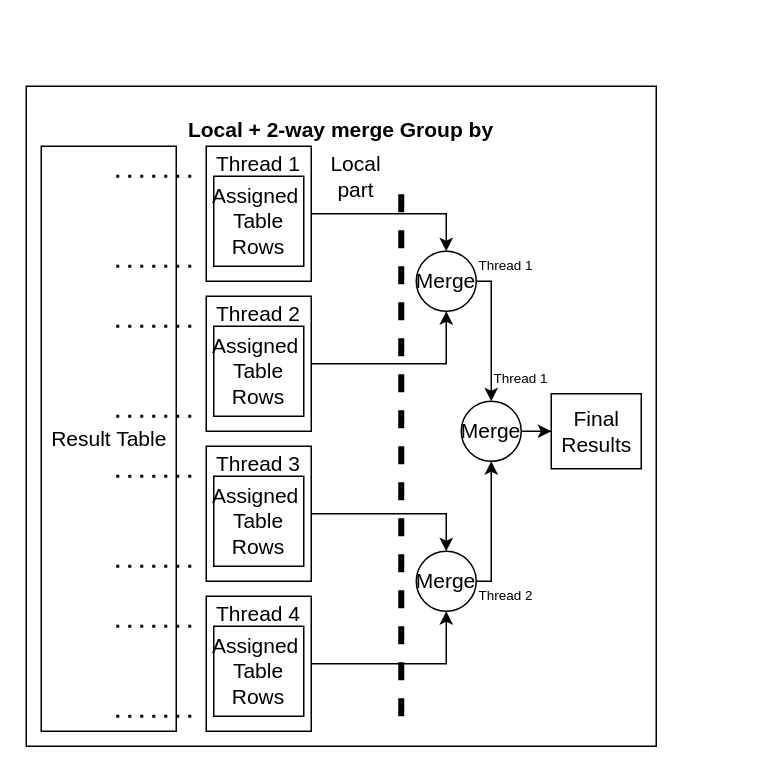
This is page "LocalGr" (7 of 7) of diagrams/QueryObjects.drawio from goramartin/BcThesisText, a draw.io file, before an edit. Source tidied: cells renumbered, new cells numbered last; positions are measured from the earlier drawing's top-left corner, leaving out a move shared by most shapes. Both pictures are drawn from the tidied source at 150%, with x=0, y=0 at pixel (26, 86).
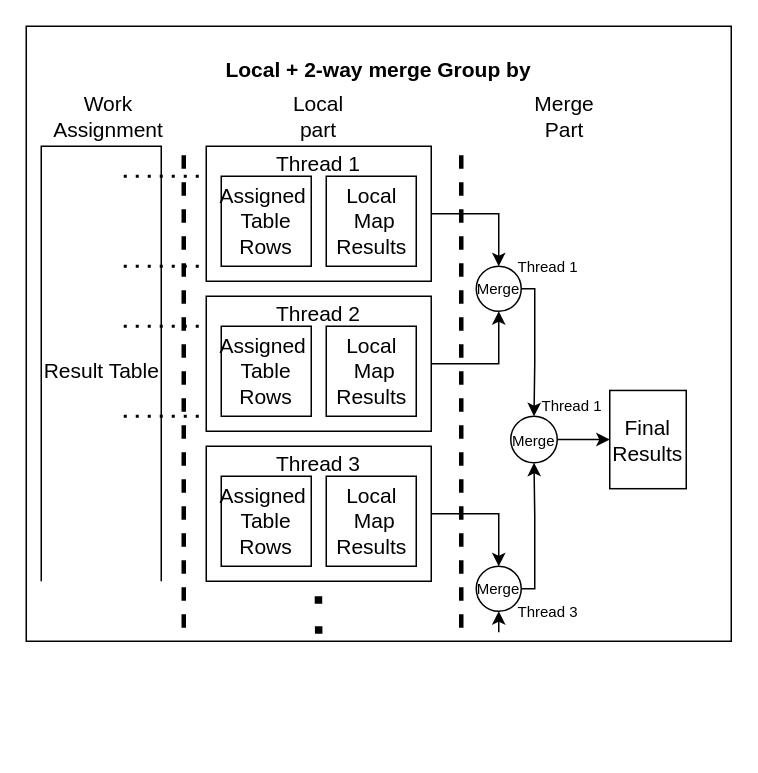
The same diagram, later.

Diff of the diagram source:
```diff
@@
-    <mxCell id="2" value="&lt;p style=&quot;margin: 4px 0px 0px; text-align: center; font-size: 14px;&quot;&gt;&lt;br style=&quot;font-size: 14px;&quot;&gt;&lt;b style=&quot;font-size: 14px;&quot;&gt;Local + 2-way merge&lt;/b&gt;&lt;b style=&quot;font-size: 14px;&quot;&gt;&amp;nbsp;Group by&lt;/b&gt;&lt;/p&gt;" style="verticalAlign=top;align=left;overflow=fill;fontSize=14;fontFamily=CMU Serif;html=1;" parent="1" vertex="1">
-      <mxGeometry width="420" height="440" as="geometry" />
+    <mxCell id="2" value="&lt;p style=&quot;margin: 4px 0px 0px ; text-align: center&quot;&gt;&lt;br style=&quot;font-size: 14px&quot;&gt;&lt;b&gt;Local + 2-way merge&amp;nbsp;&lt;/b&gt;&lt;b style=&quot;font-size: 14px&quot;&gt;Group by&lt;/b&gt;&lt;/p&gt;" style="verticalAlign=top;align=left;overflow=fill;fontSize=14;fontFamily=CMU Serif;html=1;" parent="1" vertex="1">
+      <mxGeometry y="-40" width="470" height="410" as="geometry" />
     </mxCell>
-    <mxCell id="3" style="edgeStyle=orthogonalEdgeStyle;rounded=0;jettySize=auto;html=1;entryX=0.5;entryY=0;entryDx=0;entryDy=0;fontFamily=CMU Serif;fontSize=14;strokeWidth=1;" parent="1" edge="1" source="4" target="17">
-      <mxGeometry relative="1" as="geometry">
-        <Array as="points">
-          <mxPoint x="280" y="85" />
-        </Array>
-      </mxGeometry>
-    </mxCell>
+    <mxCell id="36" style="edgeStyle=orthogonalEdgeStyle;rounded=0;jettySize=auto;html=1;entryX=0.5;entryY=0;entryDx=0;entryDy=0;strokeWidth=1;" parent="1" edge="1" source="4" target="57">
+      <mxGeometry relative="1" as="geometry" />
+    </mxCell>
     <mxCell id="4" value="&lt;p style=&quot;margin: 4px 0px 0px; text-align: center; font-size: 14px;&quot;&gt;Thread 1&lt;/p&gt;" style="verticalAlign=top;align=left;overflow=fill;fontSize=14;fontFamily=CMU Serif;html=1;" parent="1" vertex="1">
-      <mxGeometry x="120" y="40" width="70" height="90" as="geometry" />
+      <mxGeometry x="120" y="40" width="150" height="90" as="geometry" />
     </mxCell>
+    <mxCell id="37" style="endArrow=none;dashed=1;html=1;dashPattern=1 3;strokeWidth=5;fontFamily=CMU Serif;fontSize=14;fontStyle=1;" parent="1" edge="1">
+      <mxGeometry relative="1" as="geometry">
+        <mxPoint x="194.8" y="340" as="sourcePoint" />
+        <mxPoint x="195" y="370" as="targetPoint" />
+      </mxGeometry>
+    </mxCell>
+    <mxCell id="38" value="Assigned&amp;nbsp;&lt;br style=&quot;font-size: 14px;&quot;&gt;Table Rows" style="rounded=0;whiteSpace=wrap;html=1;strokeColor=#000000;fontSize=14;fontFamily=CMU Serif;" parent="1" vertex="1">
+      <mxGeometry x="130" y="60" width="60" height="60" as="geometry" />
+    </mxCell>
+    <mxCell id="39" style="edgeStyle=orthogonalEdgeStyle;rounded=0;jettySize=auto;html=1;entryX=0.5;entryY=1;entryDx=0;entryDy=0;strokeWidth=1;" parent="1" edge="1" source="9" target="57">
+      <mxGeometry relative="1" as="geometry" />
+    </mxCell>
+    <mxCell id="9" value="&lt;p style=&quot;margin: 4px 0px 0px; text-align: center; font-size: 14px;&quot;&gt;Thread 2&lt;/p&gt;" style="verticalAlign=top;align=left;overflow=fill;fontSize=14;fontFamily=CMU Serif;html=1;" parent="1" vertex="1">
+      <mxGeometry x="120" y="140" width="150" height="90" as="geometry" />
+    </mxCell>
+    <mxCell id="40" value="Assigned&amp;nbsp;&lt;br style=&quot;font-size: 14px;&quot;&gt;Table Rows" style="rounded=0;whiteSpace=wrap;html=1;strokeColor=#000000;fontSize=14;fontFamily=CMU Serif;" parent="1" vertex="1">
+      <mxGeometry x="130" y="160" width="60" height="60" as="geometry" />
+    </mxCell>
+    <mxCell id="15" value="Local part" style="text;html=1;strokeColor=none;fillColor=none;align=center;verticalAlign=middle;whiteSpace=wrap;rounded=0;fontSize=14;fontFamily=CMU Serif;" parent="1" vertex="1">
+      <mxGeometry x="175" y="10" width="40" height="20" as="geometry" />
+    </mxCell>
+    <mxCell id="41" value="Merge&lt;br&gt;Part" style="text;html=1;strokeColor=none;fillColor=none;align=center;verticalAlign=middle;whiteSpace=wrap;rounded=0;fontSize=14;fontFamily=CMU Serif;" parent="1" vertex="1">
+      <mxGeometry x="339" y="10" width="40" height="20" as="geometry" />
+    </mxCell>
+    <mxCell id="42" value="Local&lt;br style=&quot;font-size: 14px&quot;&gt;&amp;nbsp;Map&lt;br&gt;Results" style="html=1;fontFamily=CMU Serif;fontSize=14;rotation=0;" parent="1" vertex="1">
+      <mxGeometry x="200" y="60" width="60" height="60" as="geometry" />
+    </mxCell>
+    <mxCell id="43" value="Local&lt;br style=&quot;font-size: 14px&quot;&gt;&amp;nbsp;Map&lt;br&gt;Results" style="html=1;fontFamily=CMU Serif;fontSize=14;rotation=0;" parent="1" vertex="1">
+      <mxGeometry x="200" y="160" width="60" height="60" as="geometry" />
+    </mxCell>
+    <mxCell id="44" value="Work&lt;br&gt;Assignment" style="text;html=1;strokeColor=none;fillColor=none;align=center;verticalAlign=middle;whiteSpace=wrap;rounded=0;fontSize=14;fontFamily=CMU Serif;" parent="1" vertex="1">
+      <mxGeometry x="30" y="10" width="50" height="20" as="geometry" />
+    </mxCell>
+    <mxCell id="45" style="endArrow=none;dashed=1;html=1;strokeWidth=3;fontSize=14;fontFamily=CMU Serif;" parent="1" edge="1">
+      <mxGeometry relative="1" as="geometry">
+        <mxPoint x="105" y="361" as="sourcePoint" />
+        <mxPoint x="105" y="40" as="targetPoint" />
+      </mxGeometry>
+    </mxCell>
+    <mxCell id="46" style="endArrow=none;dashed=1;html=1;strokeWidth=3;fontSize=14;fontFamily=CMU Serif;" parent="1" edge="1">
+      <mxGeometry relative="1" as="geometry">
+        <mxPoint x="290" y="361" as="sourcePoint" />
+        <mxPoint x="290" y="40" as="targetPoint" />
+      </mxGeometry>
+    </mxCell>
     <mxCell id="5" value="Result Table" style="html=1;fontSize=14;fontFamily=CMU Serif;" parent="1" vertex="1">
-      <mxGeometry x="10" y="40" width="90" height="390" as="geometry" />
+      <mxGeometry x="10" y="40" width="80" height="300" as="geometry" />
     </mxCell>
+    <mxCell id="47" style="endArrow=none;dashed=1;html=1;dashPattern=1 3;strokeWidth=2;fontSize=14;fontFamily=CMU Serif;" parent="1" edge="1">
+      <mxGeometry relative="1" as="geometry">
+        <mxPoint x="65" y="60" as="sourcePoint" />
+        <mxPoint x="115" y="60" as="targetPoint" />
+      </mxGeometry>
+    </mxCell>
+    <mxCell id="48" style="endArrow=none;dashed=1;html=1;dashPattern=1 3;strokeWidth=2;fontSize=14;fontFamily=CMU Serif;" parent="1" edge="1">
+      <mxGeometry relative="1" as="geometry">
+        <mxPoint x="65" y="120" as="sourcePoint" />
+        <mxPoint x="115" y="120" as="targetPoint" />
+      </mxGeometry>
+    </mxCell>
+    <mxCell id="49" style="endArrow=none;dashed=1;html=1;dashPattern=1 3;strokeWidth=2;fontSize=14;fontFamily=CMU Serif;" parent="1" edge="1">
+      <mxGeometry relative="1" as="geometry">
+        <mxPoint x="65" y="160" as="sourcePoint" />
+        <mxPoint x="115" y="160" as="targetPoint" />
+      </mxGeometry>
+    </mxCell>
+    <mxCell id="50" style="endArrow=none;dashed=1;html=1;dashPattern=1 3;strokeWidth=2;fontSize=14;fontFamily=CMU Serif;" parent="1" edge="1">
+      <mxGeometry relative="1" as="geometry">
+        <mxPoint x="65" y="220" as="sourcePoint" />
+        <mxPoint x="115" y="220" as="targetPoint" />
+      </mxGeometry>
+    </mxCell>
+    <mxCell id="51" style="rounded=0;whiteSpace=wrap;html=1;strokeColor=none;fontSize=14;fontFamily=CMU Serif;" parent="1" vertex="1">
+      <mxGeometry x="7.5" y="330" width="85" height="20" as="geometry" />
+    </mxCell>
+    <mxCell id="52" style="edgeStyle=orthogonalEdgeStyle;rounded=0;jettySize=auto;html=1;entryX=0.5;entryY=0;entryDx=0;entryDy=0;strokeWidth=1;" parent="1" edge="1" source="53" target="59">
+      <mxGeometry relative="1" as="geometry" />
+    </mxCell>
+    <mxCell id="53" value="&lt;p style=&quot;margin: 4px 0px 0px ; text-align: center ; font-size: 14px&quot;&gt;Thread 3&lt;/p&gt;" style="verticalAlign=top;align=left;overflow=fill;fontSize=14;fontFamily=CMU Serif;html=1;" parent="1" vertex="1">
+      <mxGeometry x="120" y="240" width="150" height="90" as="geometry" />
+    </mxCell>
+    <mxCell id="54" value="Assigned&amp;nbsp;&lt;br style=&quot;font-size: 14px;&quot;&gt;Table Rows" style="rounded=0;whiteSpace=wrap;html=1;strokeColor=#000000;fontSize=14;fontFamily=CMU Serif;" parent="1" vertex="1">
+      <mxGeometry x="130" y="260" width="60" height="60" as="geometry" />
+    </mxCell>
+    <mxCell id="55" value="Local&lt;br style=&quot;font-size: 14px&quot;&gt;&amp;nbsp;Map&lt;br&gt;Results" style="html=1;fontFamily=CMU Serif;fontSize=14;rotation=0;" parent="1" vertex="1">
+      <mxGeometry x="200" y="260" width="60" height="60" as="geometry" />
+    </mxCell>
+    <mxCell id="56" style="edgeStyle=orthogonalEdgeStyle;rounded=0;jettySize=auto;html=1;entryX=0.5;entryY=0;entryDx=0;entryDy=0;fontFamily=CMU Serif;fontSize=14;strokeWidth=1;" parent="1" edge="1" source="57" target="61">
+      <mxGeometry relative="1" as="geometry">
+        <Array as="points">
+          <mxPoint x="339" y="135" />
+          <mxPoint x="339" y="185" />
+          <mxPoint x="339" y="185" />
+        </Array>
+      </mxGeometry>
+    </mxCell>
+    <mxCell id="57" value="Merge" style="ellipse;whiteSpace=wrap;html=1;fontSize=10;fontFamily=CMU Serif;" parent="1" vertex="1">
+      <mxGeometry x="300" y="120" width="30" height="30" as="geometry" />
+    </mxCell>
+    <mxCell id="58" style="edgeStyle=orthogonalEdgeStyle;rounded=0;jettySize=auto;html=1;entryX=0.5;entryY=1;entryDx=0;entryDy=0;fontFamily=CMU Serif;fontSize=14;strokeWidth=1;" parent="1" edge="1" source="59" target="61">
+      <mxGeometry relative="1" as="geometry">
+        <Array as="points">
+          <mxPoint x="339" y="335" />
+          <mxPoint x="339" y="286" />
+          <mxPoint x="339" y="286" />
+        </Array>
+      </mxGeometry>
+    </mxCell>
+    <mxCell id="59" value="Merge" style="ellipse;whiteSpace=wrap;html=1;fontFamily=CMU Serif;fontSize=10;" parent="1" vertex="1">
+      <mxGeometry x="300" y="320" width="30" height="30" as="geometry" />
+    </mxCell>
+    <mxCell id="60" style="edgeStyle=orthogonalEdgeStyle;rounded=0;jettySize=auto;html=1;entryX=0;entryY=0.5;entryDx=0;entryDy=0;fontFamily=CMU Serif;fontSize=14;strokeWidth=1;" parent="1" edge="1" source="61" target="6">
+      <mxGeometry relative="1" as="geometry" />
+    </mxCell>
+    <mxCell id="61" value="Merge" style="ellipse;whiteSpace=wrap;html=1;fontFamily=CMU Serif;fontSize=10;" parent="1" vertex="1">
+      <mxGeometry x="323" y="220" width="31" height="31" as="geometry" />
+    </mxCell>
+    <mxCell id="62" style="edgeStyle=orthogonalEdgeStyle;rounded=0;jettySize=auto;html=1;entryX=0.5;entryY=1;entryDx=0;entryDy=0;strokeWidth=1;" parent="1" edge="1" target="59">
+      <mxGeometry relative="1" as="geometry">
+        <mxPoint x="315" y="364" as="sourcePoint" />
+        <Array as="points">
+          <mxPoint x="315" y="360" />
+          <mxPoint x="315" y="360" />
+        </Array>
+      </mxGeometry>
+    </mxCell>
-    <mxCell id="6" value="Final&lt;br style=&quot;font-size: 14px;&quot;&gt;Results" style="html=1;fontFamily=CMU Serif;fontSize=14;rotation=0;" parent="1" vertex="1">
-      <mxGeometry x="350" y="205" width="60" height="50" as="geometry" />
+    <mxCell id="6" value="Final&lt;br style=&quot;font-size: 14px;&quot;&gt;Results" style="rounded=0;whiteSpace=wrap;html=1;fontFamily=CMU Serif;fontSize=14;" parent="1" vertex="1">
+      <mxGeometry x="389" y="202.8" width="51" height="65.5" as="geometry" />
     </mxCell>
-    <mxCell id="7" value="Assigned&amp;nbsp;&lt;br style=&quot;font-size: 14px;&quot;&gt;Table Rows" style="rounded=0;whiteSpace=wrap;html=1;strokeColor=#000000;fontSize=14;fontFamily=CMU Serif;" parent="1" vertex="1">
-      <mxGeometry x="125" y="60" width="60" height="60" as="geometry" />
-    </mxCell>
-    <mxCell id="8" style="edgeStyle=orthogonalEdgeStyle;rounded=0;jettySize=auto;html=1;entryX=0.5;entryY=1;entryDx=0;entryDy=0;fontFamily=CMU Serif;fontSize=14;strokeWidth=1;" parent="1" edge="1" source="9" target="17">
-      <mxGeometry relative="1" as="geometry" />
-    </mxCell>
-    <mxCell id="9" value="&lt;p style=&quot;margin: 4px 0px 0px; text-align: center; font-size: 14px;&quot;&gt;Thread 2&lt;/p&gt;" style="verticalAlign=top;align=left;overflow=fill;fontSize=14;fontFamily=CMU Serif;html=1;" parent="1" vertex="1">
-      <mxGeometry x="120" y="140" width="70" height="90" as="geometry" />
-    </mxCell>
-    <mxCell id="10" value="Assigned&amp;nbsp;&lt;br style=&quot;font-size: 14px;&quot;&gt;Table Rows" style="rounded=0;whiteSpace=wrap;html=1;strokeColor=#000000;fontSize=14;fontFamily=CMU Serif;" parent="1" vertex="1">
-      <mxGeometry x="125" y="160" width="60" height="60" as="geometry" />
-    </mxCell>
-    <mxCell id="11" style="edgeStyle=orthogonalEdgeStyle;rounded=0;jettySize=auto;html=1;entryX=0.5;entryY=0;entryDx=0;entryDy=0;fontFamily=CMU Serif;fontSize=14;strokeWidth=1;" parent="1" edge="1" source="12" target="19">
-      <mxGeometry relative="1" as="geometry" />
-    </mxCell>
-    <mxCell id="12" value="&lt;p style=&quot;margin: 4px 0px 0px; text-align: center; font-size: 14px;&quot;&gt;Thread 3&lt;/p&gt;" style="verticalAlign=top;align=left;overflow=fill;fontSize=14;fontFamily=CMU Serif;html=1;" parent="1" vertex="1">
-      <mxGeometry x="120" y="240" width="70" height="90" as="geometry" />
-    </mxCell>
-    <mxCell id="13" value="Assigned&amp;nbsp;&lt;br style=&quot;font-size: 14px;&quot;&gt;Table Rows" style="rounded=0;whiteSpace=wrap;html=1;strokeColor=#000000;fontSize=14;fontFamily=CMU Serif;" parent="1" vertex="1">
-      <mxGeometry x="125" y="260" width="60" height="60" as="geometry" />
-    </mxCell>
-    <mxCell id="14" style="endArrow=none;dashed=1;html=1;strokeWidth=4;fontSize=14;fontFamily=CMU Serif;" parent="1" edge="1">
-      <mxGeometry relative="1" as="geometry">
-        <mxPoint x="250" y="420" as="sourcePoint" />
-        <mxPoint x="250" y="60" as="targetPoint" />
-      </mxGeometry>
-    </mxCell>
-    <mxCell id="15" value="Local part" style="text;html=1;strokeColor=none;fillColor=none;align=center;verticalAlign=middle;whiteSpace=wrap;rounded=0;fontSize=14;fontFamily=CMU Serif;" parent="1" vertex="1">
-      <mxGeometry x="200" y="50" width="40" height="20" as="geometry" />
-    </mxCell>
-    <mxCell id="16" style="edgeStyle=orthogonalEdgeStyle;rounded=0;jettySize=auto;html=1;entryX=0.5;entryY=0;entryDx=0;entryDy=0;fontFamily=CMU Serif;fontSize=14;startArrow=none;startFill=0;strokeWidth=1;endArrow=classic;endFill=1;" parent="1" edge="1" source="17" target="21">
-      <mxGeometry relative="1" as="geometry">
-        <Array as="points">
-          <mxPoint x="310" y="130" />
-          <mxPoint x="310" y="210" />
-        </Array>
-      </mxGeometry>
-    </mxCell>
-    <mxCell id="17" value="Merge" style="ellipse;whiteSpace=wrap;html=1;fontFamily=CMU Serif;fontSize=14;strokeColor=#000000;" parent="1" vertex="1">
-      <mxGeometry x="260" y="110" width="40" height="40" as="geometry" />
-    </mxCell>
-    <mxCell id="18" style="edgeStyle=orthogonalEdgeStyle;rounded=0;jettySize=auto;html=1;entryX=0.5;entryY=1;entryDx=0;entryDy=0;fontFamily=CMU Serif;fontSize=14;startArrow=none;startFill=0;endArrow=classic;endFill=1;strokeWidth=1;" parent="1" edge="1" source="19" target="21">
-      <mxGeometry relative="1" as="geometry">
-        <Array as="points">
-          <mxPoint x="310" y="330" />
-          <mxPoint x="310" y="250" />
-        </Array>
-      </mxGeometry>
-    </mxCell>
-    <mxCell id="19" value="Merge" style="ellipse;whiteSpace=wrap;html=1;fontFamily=CMU Serif;fontSize=14;strokeColor=#000000;" parent="1" vertex="1">
-      <mxGeometry x="260" y="310" width="40" height="40" as="geometry" />
-    </mxCell>
-    <mxCell id="20" style="edgeStyle=orthogonalEdgeStyle;rounded=0;jettySize=auto;html=1;entryX=0;entryY=0.5;entryDx=0;entryDy=0;fontFamily=CMU Serif;fontSize=14;startArrow=none;startFill=0;endArrow=classic;endFill=1;strokeWidth=1;" parent="1" edge="1" source="21" target="6">
-      <mxGeometry relative="1" as="geometry" />
-    </mxCell>
-    <mxCell id="21" value="Merge" style="ellipse;whiteSpace=wrap;html=1;fontFamily=CMU Serif;fontSize=14;strokeColor=#000000;" parent="1" vertex="1">
-      <mxGeometry x="290" y="210" width="40" height="40" as="geometry" />
-    </mxCell>
-    <mxCell id="22" style="edgeStyle=orthogonalEdgeStyle;rounded=0;jettySize=auto;html=1;entryX=0.5;entryY=1;entryDx=0;entryDy=0;fontFamily=CMU Serif;fontSize=14;startArrow=none;startFill=0;endArrow=classic;endFill=1;strokeWidth=1;" parent="1" edge="1" source="23" target="19">
-      <mxGeometry relative="1" as="geometry" />
-    </mxCell>
-    <mxCell id="23" value="&lt;p style=&quot;margin: 4px 0px 0px; text-align: center; font-size: 14px;&quot;&gt;Thread 4&lt;/p&gt;" style="verticalAlign=top;align=left;overflow=fill;fontSize=14;fontFamily=CMU Serif;html=1;" parent="1" vertex="1">
-      <mxGeometry x="120" y="340" width="70" height="90" as="geometry" />
-    </mxCell>
-    <mxCell id="24" value="Assigned&amp;nbsp;&lt;br style=&quot;font-size: 14px;&quot;&gt;Table Rows" style="rounded=0;whiteSpace=wrap;html=1;strokeColor=#000000;fontSize=14;fontFamily=CMU Serif;" parent="1" vertex="1">
-      <mxGeometry x="125" y="360" width="60" height="60" as="geometry" />
-    </mxCell>
-    <mxCell id="25" style="endArrow=none;dashed=1;html=1;dashPattern=1 3;strokeWidth=2;fontSize=14;fontFamily=CMU Serif;" parent="1" edge="1">
-      <mxGeometry relative="1" as="geometry">
-        <mxPoint x="60" y="360" as="sourcePoint" />
-        <mxPoint x="110" y="360" as="targetPoint" />
-      </mxGeometry>
-    </mxCell>
-    <mxCell id="26" style="endArrow=none;dashed=1;html=1;dashPattern=1 3;strokeWidth=2;fontSize=14;fontFamily=CMU Serif;" parent="1" edge="1">
-      <mxGeometry relative="1" as="geometry">
-        <mxPoint x="60" y="420" as="sourcePoint" />
-        <mxPoint x="110" y="420" as="targetPoint" />
-      </mxGeometry>
-    </mxCell>
-    <mxCell id="27" style="endArrow=none;dashed=1;html=1;dashPattern=1 3;strokeWidth=2;fontSize=14;fontFamily=CMU Serif;" parent="1" edge="1">
-      <mxGeometry relative="1" as="geometry">
-        <mxPoint x="60" y="60" as="sourcePoint" />
-        <mxPoint x="110" y="60" as="targetPoint" />
-      </mxGeometry>
-    </mxCell>
-    <mxCell id="28" style="endArrow=none;dashed=1;html=1;dashPattern=1 3;strokeWidth=2;fontSize=14;fontFamily=CMU Serif;" parent="1" edge="1">
-      <mxGeometry relative="1" as="geometry">
-        <mxPoint x="60" y="120" as="sourcePoint" />
-        <mxPoint x="110" y="120" as="targetPoint" />
-      </mxGeometry>
-    </mxCell>
-    <mxCell id="29" style="endArrow=none;dashed=1;html=1;dashPattern=1 3;strokeWidth=2;fontSize=14;fontFamily=CMU Serif;" parent="1" edge="1">
-      <mxGeometry relative="1" as="geometry">
-        <mxPoint x="60" y="260" as="sourcePoint" />
-        <mxPoint x="110" y="260" as="targetPoint" />
-      </mxGeometry>
-    </mxCell>
-    <mxCell id="30" style="endArrow=none;dashed=1;html=1;dashPattern=1 3;strokeWidth=2;fontSize=14;fontFamily=CMU Serif;" parent="1" edge="1">
-      <mxGeometry relative="1" as="geometry">
-        <mxPoint x="60" y="320" as="sourcePoint" />
-        <mxPoint x="110" y="320" as="targetPoint" />
-      </mxGeometry>
-    </mxCell>
-    <mxCell id="31" style="endArrow=none;dashed=1;html=1;dashPattern=1 3;strokeWidth=2;fontSize=14;fontFamily=CMU Serif;" parent="1" edge="1">
-      <mxGeometry relative="1" as="geometry">
-        <mxPoint x="60" y="160" as="sourcePoint" />
-        <mxPoint x="110" y="160" as="targetPoint" />
-      </mxGeometry>
-    </mxCell>
-    <mxCell id="32" style="endArrow=none;dashed=1;html=1;dashPattern=1 3;strokeWidth=2;fontSize=14;fontFamily=CMU Serif;" parent="1" edge="1">
-      <mxGeometry relative="1" as="geometry">
-        <mxPoint x="60" y="220" as="sourcePoint" />
-        <mxPoint x="110" y="220" as="targetPoint" />
-      </mxGeometry>
-    </mxCell>
-    <mxCell id="33" value="Thread 1" style="text;html=1;strokeColor=none;fillColor=none;align=center;verticalAlign=middle;whiteSpace=wrap;rounded=0;fontSize=9;fontFamily=CMU Serif;" parent="1" vertex="1">
-      <mxGeometry x="290" y="110" width="60" height="20" as="geometry" />
-    </mxCell>
-    <mxCell id="34" value="Thread 2" style="text;html=1;strokeColor=none;fillColor=none;align=center;verticalAlign=middle;whiteSpace=wrap;rounded=0;fontSize=9;fontFamily=CMU Serif;" parent="1" vertex="1">
-      <mxGeometry x="290" y="330" width="60" height="20" as="geometry" />
-    </mxCell>
-    <mxCell id="35" value="Thread 1" style="text;html=1;strokeColor=none;fillColor=none;align=center;verticalAlign=middle;whiteSpace=wrap;rounded=0;fontSize=9;fontFamily=CMU Serif;" parent="1" vertex="1">
-      <mxGeometry x="300" y="185" width="60" height="20" as="geometry" />
-    </mxCell>
+    <mxCell id="63" value="Thread 1" style="text;html=1;strokeColor=none;fillColor=none;align=center;verticalAlign=middle;whiteSpace=wrap;rounded=0;fontFamily=CMU Serif;fontSize=10;" parent="1" vertex="1">
+      <mxGeometry x="323" y="110" width="50" height="20" as="geometry" />
+    </mxCell>
+    <mxCell id="64" value="Thread 1" style="text;html=1;strokeColor=none;fillColor=none;align=center;verticalAlign=middle;whiteSpace=wrap;rounded=0;fontFamily=CMU Serif;fontSize=10;" parent="1" vertex="1">
+      <mxGeometry x="339" y="202.8" width="50" height="20" as="geometry" />
+    </mxCell>
+    <mxCell id="65" value="Thread 3" style="text;html=1;strokeColor=none;fillColor=none;align=center;verticalAlign=middle;whiteSpace=wrap;rounded=0;fontFamily=CMU Serif;fontSize=10;" parent="1" vertex="1">
+      <mxGeometry x="323" y="340" width="50" height="20" as="geometry" />
+    </mxCell>
```
